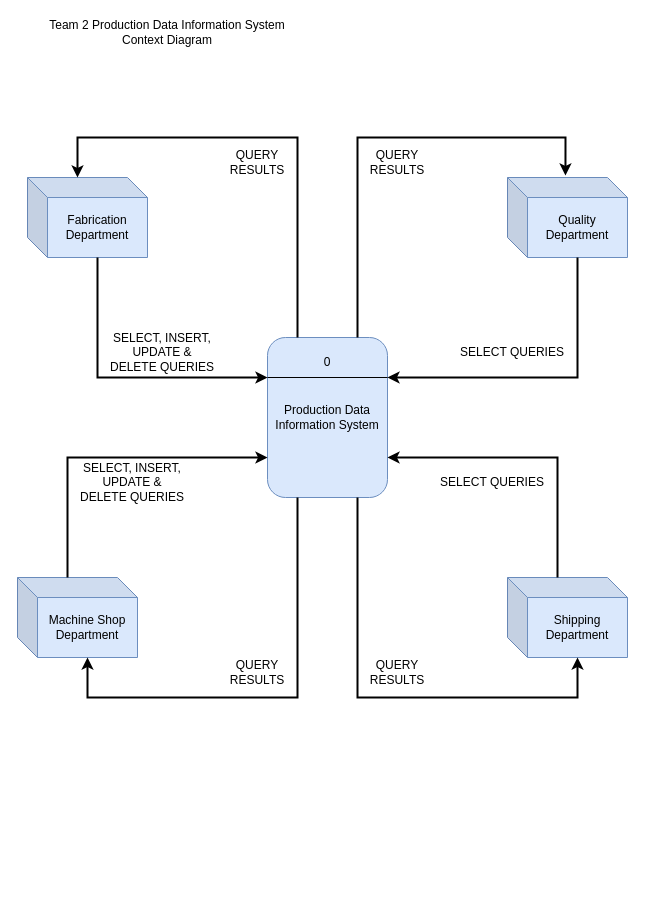
This is PRODUCTION_SYSTEM_CONTEXT_DIAGRAM_DRAFT.drawio from JrST90/Team2CapstoneProject, a draw.io file, before an edit. Source tidied: cells renumbered, new cells numbered last; positions are measured from the earlier drawing's top-left corner, leaving out a move shared by most shapes. Both pictures are drawn from the tidied source at 100%, with x=0, y=0 at pixel (17, 17).
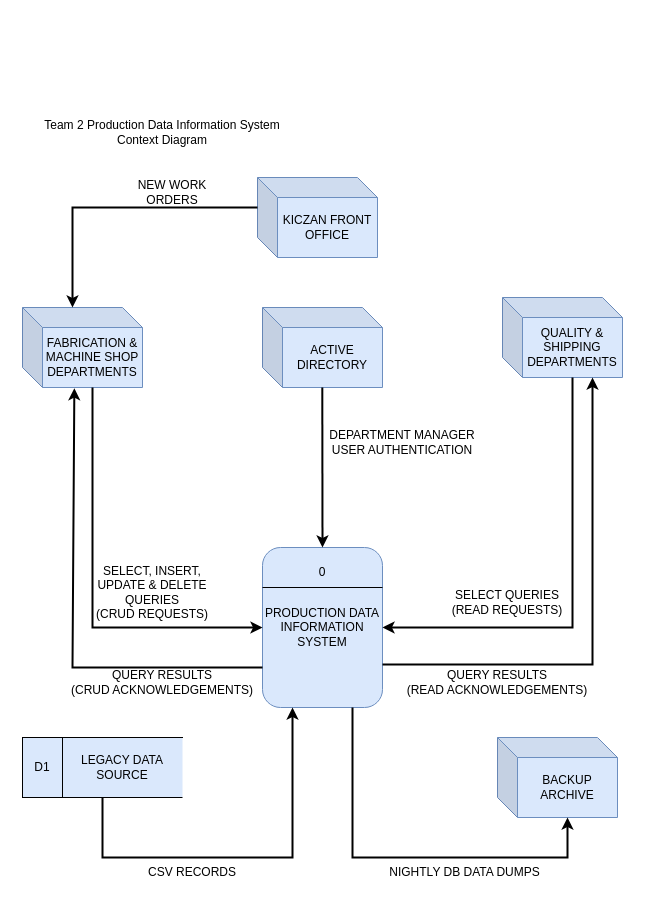
Above is the later version.

Diff of the diagram source:
```diff
@@
-    <mxCell id="2" value="Production Data Information System" style="rounded=1;whiteSpace=wrap;html=1;fillColor=#dae8fc;strokeColor=#6c8ebf;" parent="1" vertex="1">
-      <mxGeometry x="250" y="320" width="120" height="160" as="geometry" />
+    <mxCell id="2" value="PRODUCTION DATA INFORMATION SYSTEM" style="rounded=1;whiteSpace=wrap;html=1;fillColor=#dae8fc;strokeColor=#6c8ebf;" parent="1" vertex="1">
+      <mxGeometry x="245" y="530" width="120" height="160" as="geometry" />
     </mxCell>
@@
     <mxCell id="4" value="0" style="text;html=1;align=center;verticalAlign=middle;whiteSpace=wrap;rounded=0;" parent="1" vertex="1">
-      <mxGeometry x="280" y="330" width="60" height="30" as="geometry" />
+      <mxGeometry x="275" y="540" width="60" height="30" as="geometry" />
     </mxCell>
-    <mxCell id="5" value="Fabrication Department" style="shape=cube;whiteSpace=wrap;html=1;boundedLbl=1;backgroundOutline=1;darkOpacity=0.05;darkOpacity2=0.1;strokeWidth=1;fillColor=#dae8fc;strokeColor=#6c8ebf;" parent="1" vertex="1">
-      <mxGeometry x="10" y="160" width="120" height="80" as="geometry" />
+    <mxCell id="5" value="FABRICATION &amp;amp; MACHINE SHOP DEPARTMENTS" style="shape=cube;whiteSpace=wrap;html=1;boundedLbl=1;backgroundOutline=1;darkOpacity=0.05;darkOpacity2=0.1;strokeWidth=1;fillColor=#dae8fc;strokeColor=#6c8ebf;" parent="1" vertex="1">
+      <mxGeometry x="5" y="290" width="120" height="80" as="geometry" />
     </mxCell>
-    <mxCell id="6" value="Machine Shop Department" style="shape=cube;whiteSpace=wrap;html=1;boundedLbl=1;backgroundOutline=1;darkOpacity=0.05;darkOpacity2=0.1;fillColor=#dae8fc;strokeColor=#6c8ebf;" parent="1" vertex="1">
-      <mxGeometry y="560" width="120" height="80" as="geometry" />
+    <mxCell id="6" value="QUALITY &amp;amp; SHIPPING DEPARTMENTS" style="shape=cube;whiteSpace=wrap;html=1;boundedLbl=1;backgroundOutline=1;darkOpacity=0.05;darkOpacity2=0.1;fillColor=#dae8fc;strokeColor=#6c8ebf;" parent="1" vertex="1">
+      <mxGeometry x="485" y="280" width="120" height="80" as="geometry" />
     </mxCell>
-    <mxCell id="7" value="Quality Department" style="shape=cube;whiteSpace=wrap;html=1;boundedLbl=1;backgroundOutline=1;darkOpacity=0.05;darkOpacity2=0.1;fillColor=#dae8fc;strokeColor=#6c8ebf;" parent="1" vertex="1">
-      <mxGeometry x="490" y="160" width="120" height="80" as="geometry" />
-    </mxCell>
-    <mxCell id="8" value="Shipping Department" style="shape=cube;whiteSpace=wrap;html=1;boundedLbl=1;backgroundOutline=1;darkOpacity=0.05;darkOpacity2=0.1;fillColor=#dae8fc;strokeColor=#6c8ebf;" parent="1" vertex="1">
-      <mxGeometry x="490" y="560" width="120" height="80" as="geometry" />
-    </mxCell>
-    <mxCell id="9" style="endArrow=classic;html=1;rounded=0;exitX=0;exitY=0;exitDx=70;exitDy=80;exitPerimeter=0;entryX=0;entryY=0.25;entryDx=0;entryDy=0;strokeWidth=2;" parent="1" edge="1" source="5" target="2">
-      <mxGeometry relative="1" as="geometry">
-        <Array as="points">
-          <mxPoint x="80" y="360" />
-        </Array>
-      </mxGeometry>
-    </mxCell>
-    <mxCell id="10" style="endArrow=classic;html=1;rounded=0;exitX=0;exitY=0;exitDx=50;exitDy=0;exitPerimeter=0;entryX=0;entryY=0.75;entryDx=0;entryDy=0;strokeWidth=2;" parent="1" edge="1" source="6" target="2">
-      <mxGeometry relative="1" as="geometry">
-        <Array as="points">
-          <mxPoint x="50" y="440" />
-        </Array>
-      </mxGeometry>
-    </mxCell>
-    <mxCell id="11" style="endArrow=classic;html=1;rounded=0;entryX=1;entryY=0.75;entryDx=0;entryDy=0;exitX=0;exitY=0;exitDx=50;exitDy=0;exitPerimeter=0;strokeWidth=2;" parent="1" edge="1" source="8" target="2">
-      <mxGeometry relative="1" as="geometry">
-        <Array as="points">
-          <mxPoint x="540" y="440" />
-        </Array>
-      </mxGeometry>
-    </mxCell>
-    <mxCell id="12" style="endArrow=classic;html=1;rounded=0;entryX=1;entryY=0.25;entryDx=0;entryDy=0;exitX=0;exitY=0;exitDx=70;exitDy=80;exitPerimeter=0;strokeWidth=2;" parent="1" edge="1" source="7" target="2">
-      <mxGeometry relative="1" as="geometry">
-        <Array as="points">
-          <mxPoint x="560" y="360" />
-        </Array>
-      </mxGeometry>
-    </mxCell>
-    <mxCell id="13" style="endArrow=classic;html=1;rounded=0;entryX=0;entryY=0;entryDx=70;entryDy=80;entryPerimeter=0;exitX=0.25;exitY=1;exitDx=0;exitDy=0;jumpSize=6;strokeWidth=2;" parent="1" edge="1" source="2" target="6">
-      <mxGeometry relative="1" as="geometry">
-        <Array as="points">
-          <mxPoint x="280" y="680" />
-          <mxPoint x="70" y="680" />
-        </Array>
-      </mxGeometry>
-    </mxCell>
-    <mxCell id="14" style="endArrow=classic;html=1;rounded=0;entryX=0;entryY=0;entryDx=70;entryDy=80;entryPerimeter=0;exitX=0.75;exitY=1;exitDx=0;exitDy=0;strokeWidth=2;" parent="1" edge="1" source="2" target="8">
-      <mxGeometry relative="1" as="geometry">
-        <Array as="points">
-          <mxPoint x="340" y="680" />
-          <mxPoint x="560" y="680" />
-        </Array>
-      </mxGeometry>
-    </mxCell>
-    <mxCell id="15" style="endArrow=classic;html=1;rounded=0;exitX=0.25;exitY=0;exitDx=0;exitDy=0;entryX=0;entryY=0;entryDx=50;entryDy=0;entryPerimeter=0;strokeWidth=2;" parent="1" edge="1" source="2" target="5">
-      <mxGeometry relative="1" as="geometry">
-        <Array as="points">
-          <mxPoint x="280" y="120" />
-          <mxPoint x="60" y="120" />
-        </Array>
-      </mxGeometry>
-    </mxCell>
-    <mxCell id="16" style="endArrow=classic;html=1;rounded=0;exitX=0.75;exitY=0;exitDx=0;exitDy=0;entryX=0.483;entryY=-0.025;entryDx=0;entryDy=0;entryPerimeter=0;strokeWidth=2;" parent="1" edge="1" source="2" target="7">
-      <mxGeometry relative="1" as="geometry">
-        <Array as="points">
-          <mxPoint x="340" y="120" />
-          <mxPoint x="548" y="120" />
-        </Array>
-      </mxGeometry>
-    </mxCell>
-    <mxCell id="17" value="SELECT, INSERT, UPDATE &amp;amp; DELETE QUERIES" style="text;html=1;align=center;verticalAlign=middle;whiteSpace=wrap;rounded=0;" parent="1" vertex="1">
-      <mxGeometry x="90" y="320" width="110" height="30" as="geometry" />
+    <mxCell id="17" value="SELECT, INSERT, UPDATE &amp;amp; DELETE QUERIES&lt;div&gt;(CRUD REQUESTS)&lt;/div&gt;" style="text;html=1;align=center;verticalAlign=middle;whiteSpace=wrap;rounded=0;" parent="1" vertex="1">
+      <mxGeometry x="75" y="560" width="120" height="30" as="geometry" />
     </mxCell>
-    <mxCell id="18" value="SELECT QUERIES" style="text;html=1;align=center;verticalAlign=middle;whiteSpace=wrap;rounded=0;" parent="1" vertex="1">
-      <mxGeometry x="440" y="320" width="110" height="30" as="geometry" />
+    <mxCell id="18" value="SELECT QUERIES&lt;div&gt;(READ REQUESTS)&lt;/div&gt;" style="text;html=1;align=center;verticalAlign=middle;whiteSpace=wrap;rounded=0;" parent="1" vertex="1">
+      <mxGeometry x="430" y="570" width="120" height="30" as="geometry" />
     </mxCell>
-    <mxCell id="19" value="SELECT, INSERT, UPDATE &amp;amp; DELETE QUERIES" style="text;html=1;align=center;verticalAlign=middle;whiteSpace=wrap;rounded=0;" parent="1" vertex="1">
-      <mxGeometry x="60" y="450" width="110" height="30" as="geometry" />
-    </mxCell>
-    <mxCell id="20" value="SELECT QUERIES" style="text;html=1;align=center;verticalAlign=middle;whiteSpace=wrap;rounded=0;" parent="1" vertex="1">
-      <mxGeometry x="420" y="450" width="110" height="30" as="geometry" />
-    </mxCell>
-    <mxCell id="21" value="QUERY RESULTS" style="text;html=1;align=center;verticalAlign=middle;whiteSpace=wrap;rounded=0;" parent="1" vertex="1">
-      <mxGeometry x="210" y="130" width="60" height="30" as="geometry" />
+    <mxCell id="21" value="QUERY RESULTS&lt;div&gt;(READ ACKNOWLEDGEMENTS)&lt;/div&gt;" style="text;html=1;align=center;verticalAlign=middle;whiteSpace=wrap;rounded=0;" parent="1" vertex="1">
+      <mxGeometry x="385" y="650" width="190" height="30" as="geometry" />
     </mxCell>
-    <mxCell id="22" value="QUERY RESULTS" style="text;html=1;align=center;verticalAlign=middle;whiteSpace=wrap;rounded=0;" parent="1" vertex="1">
-      <mxGeometry x="350" y="130" width="60" height="30" as="geometry" />
-    </mxCell>
-    <mxCell id="23" value="QUERY RESULTS" style="text;html=1;align=center;verticalAlign=middle;whiteSpace=wrap;rounded=0;" parent="1" vertex="1">
-      <mxGeometry x="210" y="640" width="60" height="30" as="geometry" />
+    <mxCell id="23" value="QUERY RESULTS&lt;div&gt;(CRUD ACKNOWLEDGEMENTS)&lt;/div&gt;" style="text;html=1;align=center;verticalAlign=middle;whiteSpace=wrap;rounded=0;" parent="1" vertex="1">
+      <mxGeometry x="50" y="650" width="190" height="30" as="geometry" />
     </mxCell>
-    <mxCell id="24" value="QUERY RESULTS" style="text;html=1;align=center;verticalAlign=middle;whiteSpace=wrap;rounded=0;" parent="1" vertex="1">
-      <mxGeometry x="350" y="640" width="60" height="30" as="geometry" />
-    </mxCell>
     <mxCell id="25" value="Team 2 Production Data Information System Context Diagram" style="text;html=1;align=center;verticalAlign=middle;whiteSpace=wrap;rounded=0;" parent="1" vertex="1">
-      <mxGeometry x="10" width="280" height="30" as="geometry" />
+      <mxGeometry x="5" y="100" width="280" height="30" as="geometry" />
     </mxCell>
+    <mxCell id="26" value="KICZAN FRONT OFFICE" style="shape=cube;whiteSpace=wrap;html=1;boundedLbl=1;backgroundOutline=1;darkOpacity=0.05;darkOpacity2=0.1;fillColor=#dae8fc;strokeColor=#6c8ebf;" parent="1" vertex="1">
+      <mxGeometry x="240" y="160" width="120" height="80" as="geometry" />
+    </mxCell>
+    <mxCell id="27" value="NEW WORK ORDERS" style="text;html=1;align=center;verticalAlign=middle;whiteSpace=wrap;rounded=0;" parent="1" vertex="1">
+      <mxGeometry x="115" y="160" width="80" height="30" as="geometry" />
+    </mxCell>
+    <mxCell id="28" style="endArrow=classic;html=1;rounded=0;entryX=0;entryY=0;entryDx=50;entryDy=0;entryPerimeter=0;strokeWidth=2;exitX=0;exitY=0;exitDx=0;exitDy=30;exitPerimeter=0;" parent="1" edge="1" source="26" target="5">
+      <mxGeometry relative="1" as="geometry">
+        <Array as="points">
+          <mxPoint x="180" y="190" />
+          <mxPoint x="55" y="190" />
+        </Array>
+      </mxGeometry>
+    </mxCell>
+    <mxCell id="29" value="ACTIVE DIRECTORY" style="shape=cube;whiteSpace=wrap;html=1;boundedLbl=1;backgroundOutline=1;darkOpacity=0.05;darkOpacity2=0.1;fillColor=#dae8fc;strokeColor=#6c8ebf;" parent="1" vertex="1">
+      <mxGeometry x="245" y="290" width="120" height="80" as="geometry" />
+    </mxCell>
+    <mxCell id="30" style="shape=partialRectangle;whiteSpace=wrap;html=1;bottom=0;right=0;fillColor=#dae8fc;strokeColor=#000000;" parent="1" vertex="1">
+      <mxGeometry x="5" y="720" width="160" height="60" as="geometry" />
+    </mxCell>
+    <mxCell id="31" style="endArrow=none;html=1;rounded=0;exitX=0;exitY=1;exitDx=0;exitDy=0;entryX=1;entryY=1;entryDx=0;entryDy=0;" parent="1" edge="1" source="30" target="30">
+      <mxGeometry relative="1" as="geometry" />
+    </mxCell>
+    <mxCell id="32" style="endArrow=none;html=1;rounded=0;entryX=0.25;entryY=0;entryDx=0;entryDy=0;" parent="1" edge="1" target="30">
+      <mxGeometry relative="1" as="geometry">
+        <mxPoint x="45" y="780" as="sourcePoint" />
+      </mxGeometry>
+    </mxCell>
+    <mxCell id="33" value="D1" style="text;html=1;align=center;verticalAlign=middle;whiteSpace=wrap;rounded=0;" parent="1" vertex="1">
+      <mxGeometry x="15" y="735" width="20" height="30" as="geometry" />
+    </mxCell>
+    <mxCell id="34" value="LEGACY DATA SOURCE" style="text;html=1;align=center;verticalAlign=middle;whiteSpace=wrap;rounded=0;" parent="1" vertex="1">
+      <mxGeometry x="50" y="735" width="110" height="30" as="geometry" />
+    </mxCell>
+    <mxCell id="35" value="BACKUP ARCHIVE" style="shape=cube;whiteSpace=wrap;html=1;boundedLbl=1;backgroundOutline=1;darkOpacity=0.05;darkOpacity2=0.1;fillColor=#dae8fc;strokeColor=#6c8ebf;" parent="1" vertex="1">
+      <mxGeometry x="480" y="720" width="120" height="80" as="geometry" />
+    </mxCell>
+    <mxCell id="36" value="DEPARTMENT MANAGER USER AUTHENTICATION" style="text;html=1;align=center;verticalAlign=middle;whiteSpace=wrap;rounded=0;" parent="1" vertex="1">
+      <mxGeometry x="305" y="410" width="160" height="30" as="geometry" />
+    </mxCell>
+    <mxCell id="9" style="endArrow=classic;html=1;rounded=0;exitX=0;exitY=0;exitDx=70;exitDy=80;exitPerimeter=0;entryX=0;entryY=0.5;entryDx=0;entryDy=0;strokeWidth=2;" parent="1" edge="1" source="5" target="2">
+      <mxGeometry relative="1" as="geometry">
+        <Array as="points">
+          <mxPoint x="75" y="610" />
+        </Array>
+      </mxGeometry>
+    </mxCell>
+    <mxCell id="37" style="endArrow=classic;html=1;rounded=0;entryX=0.432;entryY=1.009;entryDx=0;entryDy=0;entryPerimeter=0;strokeWidth=2;" parent="1" edge="1" target="5">
+      <mxGeometry relative="1" as="geometry">
+        <mxPoint x="245" y="650" as="sourcePoint" />
+        <Array as="points">
+          <mxPoint x="55" y="650" />
+        </Array>
+      </mxGeometry>
+    </mxCell>
+    <mxCell id="10" style="endArrow=classic;html=1;rounded=0;exitX=0;exitY=0;exitDx=70;exitDy=80;exitPerimeter=0;entryX=1;entryY=0.5;entryDx=0;entryDy=0;strokeWidth=2;" parent="1" edge="1" source="6" target="2">
+      <mxGeometry relative="1" as="geometry">
+        <Array as="points">
+          <mxPoint x="555" y="610" />
+        </Array>
+      </mxGeometry>
+    </mxCell>
+    <mxCell id="38" style="endArrow=classic;html=1;rounded=0;exitX=1;exitY=0.75;exitDx=0;exitDy=0;strokeWidth=2;" parent="1" edge="1">
+      <mxGeometry relative="1" as="geometry">
+        <mxPoint x="365" y="647" as="sourcePoint" />
+        <mxPoint x="575" y="360" as="targetPoint" />
+        <Array as="points">
+          <mxPoint x="575" y="647" />
+        </Array>
+      </mxGeometry>
+    </mxCell>
+    <mxCell id="39" style="endArrow=classic;html=1;rounded=0;entryX=0.25;entryY=1;entryDx=0;entryDy=0;strokeWidth=2;" parent="1" edge="1" target="2">
+      <mxGeometry relative="1" as="geometry">
+        <mxPoint x="85" y="780" as="sourcePoint" />
+        <Array as="points">
+          <mxPoint x="85" y="840" />
+          <mxPoint x="275" y="840" />
+        </Array>
+      </mxGeometry>
+    </mxCell>
+    <mxCell id="40" value="CSV RECORDS" style="text;html=1;align=center;verticalAlign=middle;whiteSpace=wrap;rounded=0;" parent="1" vertex="1">
+      <mxGeometry x="125" y="840" width="100" height="30" as="geometry" />
+    </mxCell>
+    <mxCell id="41" style="endArrow=classic;html=1;rounded=0;exitX=0.75;exitY=1;exitDx=0;exitDy=0;entryX=0;entryY=0;entryDx=70;entryDy=80;entryPerimeter=0;strokeWidth=2;" parent="1" edge="1" source="2" target="35">
+      <mxGeometry relative="1" as="geometry">
+        <Array as="points">
+          <mxPoint x="335" y="840" />
+          <mxPoint x="550" y="840" />
+        </Array>
+      </mxGeometry>
+    </mxCell>
+    <mxCell id="42" value="NIGHTLY DB DATA DUMPS" style="text;html=1;align=center;verticalAlign=middle;whiteSpace=wrap;rounded=0;" parent="1" vertex="1">
+      <mxGeometry x="365" y="840" width="165" height="30" as="geometry" />
+    </mxCell>
+    <mxCell id="43" style="endArrow=classic;html=1;rounded=0;entryX=0.5;entryY=0;entryDx=0;entryDy=0;strokeWidth=2;" parent="1" edge="1" target="2">
+      <mxGeometry relative="1" as="geometry">
+        <mxPoint x="304.8" y="370" as="sourcePoint" />
+      </mxGeometry>
+    </mxCell>
```
